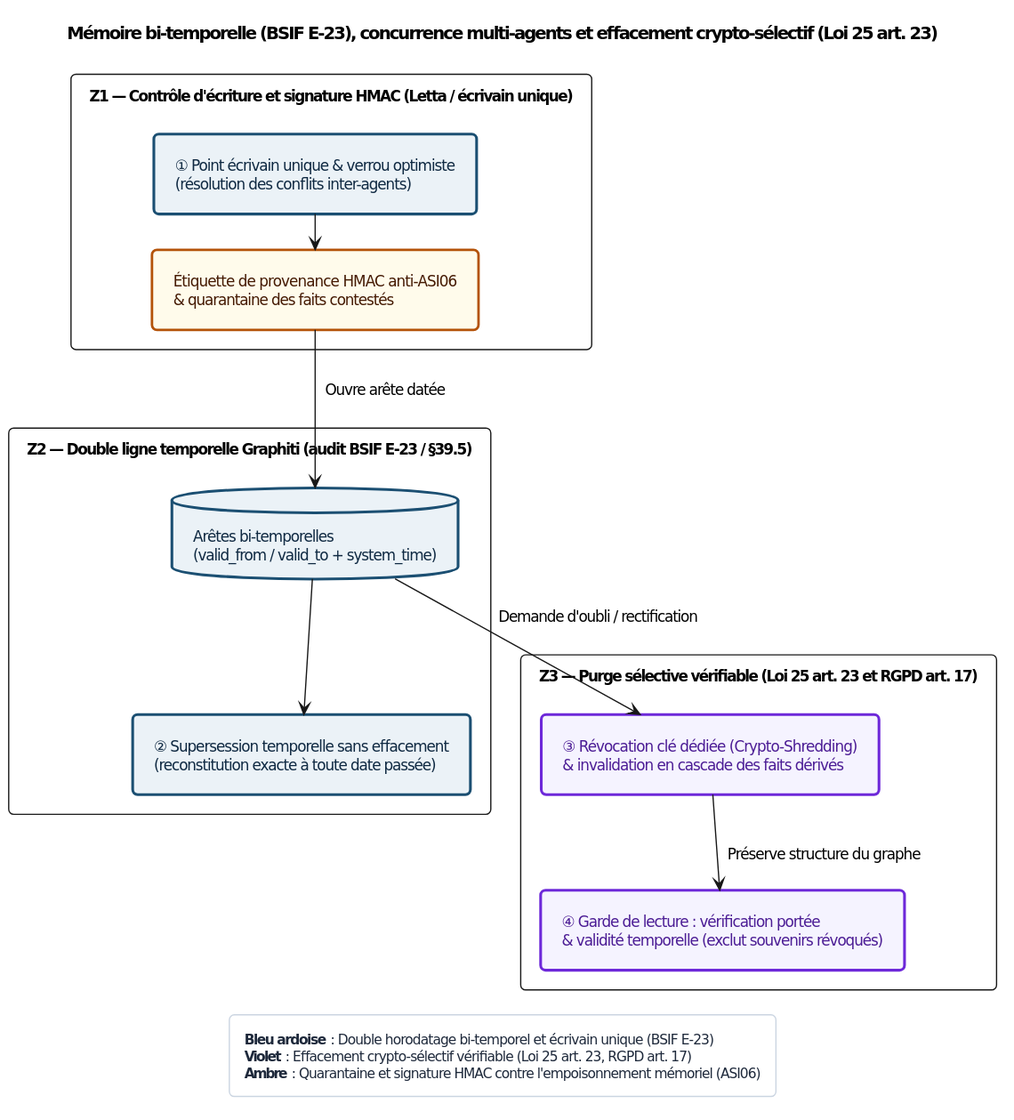
Above: Compendium/ouvrage/schemas/rendus/SCH-11-02.svg in agbruneau/Agentique (PlantUML), before the change.
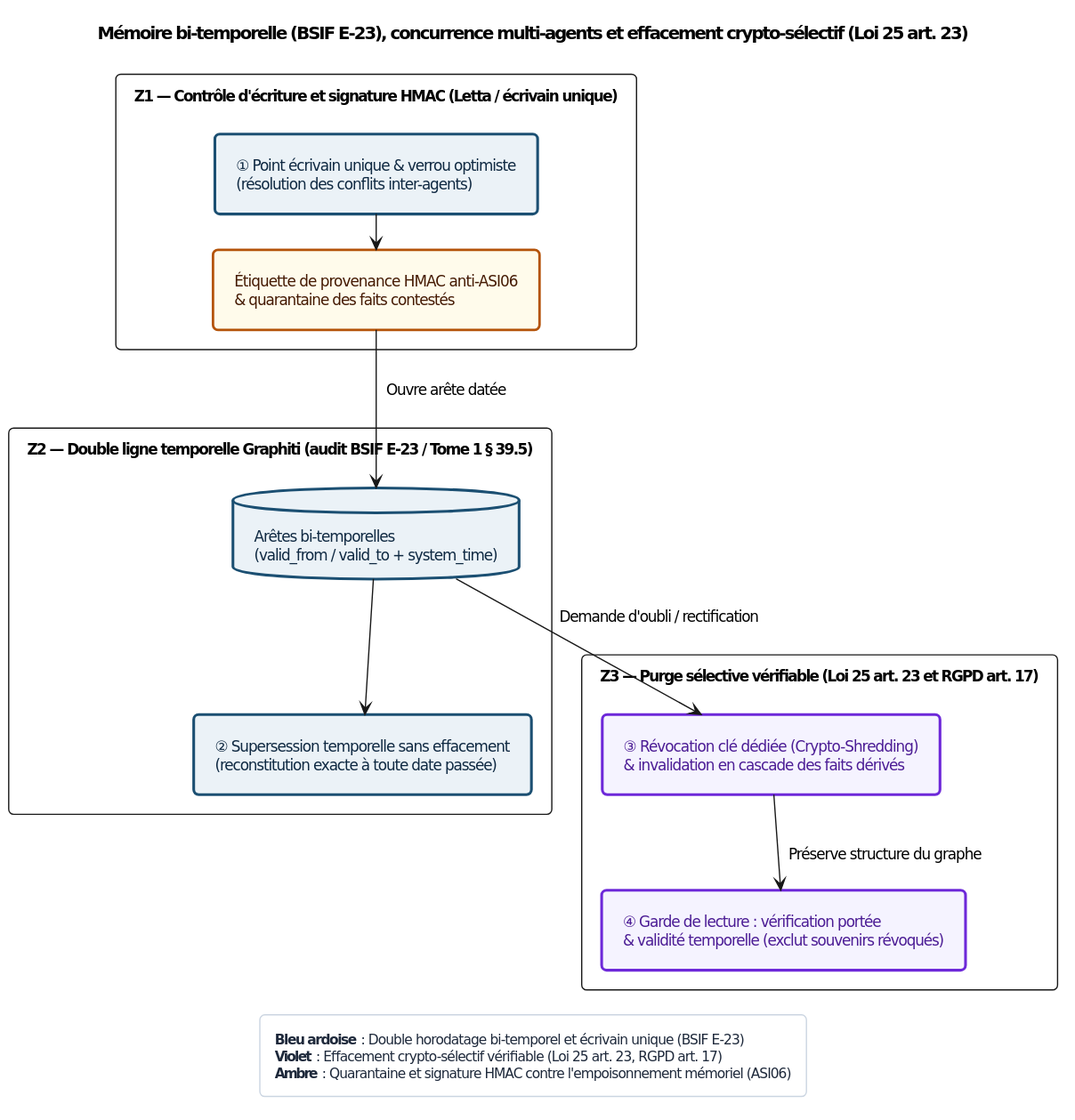
The same diagram one commit later.

The edit, as a diff of the source:
```diff
@@ -33,7 +33,7 @@
   N1 --> N2
 }
 
-package "Z2 — Double ligne temporelle Graphiti (audit BSIF E-23 / §39.5)" {
+package "Z2 — Double ligne temporelle Graphiti (audit BSIF E-23 / Tome 1 § 39.5)" {
   database "Arêtes bi-temporelles\n(valid_from / valid_to + system_time)" as N3 <<det>>
   rectangle "② Supersession temporelle sans effacement\n(reconstitution exacte à toute date passée)" as N4 <<det>>
   N2 --> N3 : Ouvre arête datée
```
